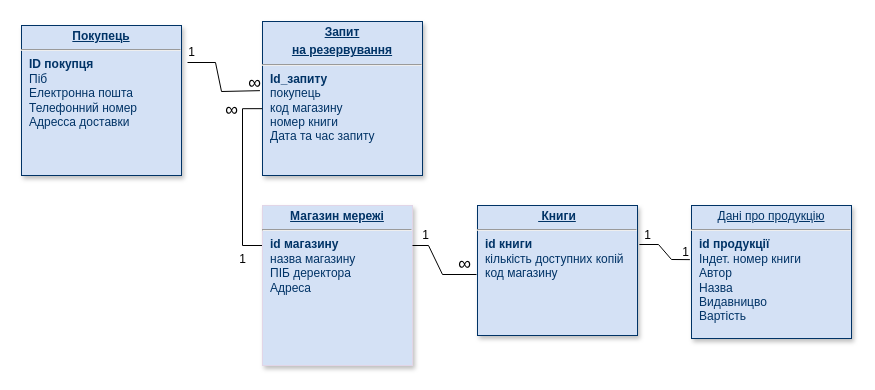
Above: Диаграмма без названия.drawio in VadimKeranov/drawio (draw.io), before the change. Source tidied: cells renumbered, new cells numbered last; positions are measured from the earlier drawing's top-left corner, leaving out a move shared by most shapes. Both pictures are drawn from the tidied source at 100%, with x=0, y=0 at pixel (21, 21).
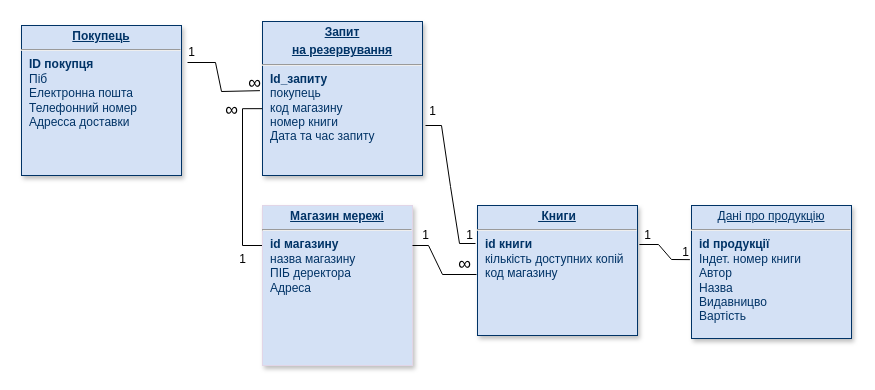
After the change.

Diff of the diagram source:
```diff
@@
+    <mxCell id="19" style="endArrow=none;html=1;rounded=0;" parent="1" edge="1">
+      <mxGeometry relative="1" as="geometry">
+        <mxPoint x="404" y="104" as="sourcePoint" />
+        <mxPoint x="454" y="222" as="targetPoint" />
+        <Array as="points">
+          <mxPoint x="420" y="104" />
+          <mxPoint x="429" y="165" />
+          <mxPoint x="438" y="222" />
+        </Array>
+      </mxGeometry>
+    </mxCell>
+    <mxCell id="20" value="1" style="text;html=1;align=center;verticalAlign=middle;strokeColor=none;fillColor=none;" parent="1" vertex="1">
+      <mxGeometry x="398" y="77" width="25" height="26" as="geometry" />
+    </mxCell>
+    <mxCell id="21" value="1" style="text;html=1;align=center;verticalAlign=middle;strokeColor=none;fillColor=none;" parent="1" vertex="1">
+      <mxGeometry x="435" y="201" width="25" height="26" as="geometry" />
+    </mxCell>
```
